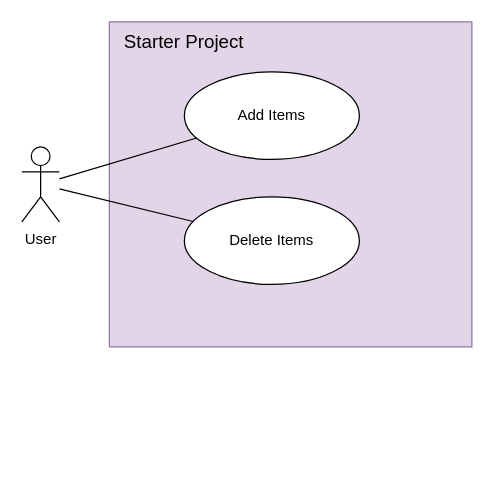
Earlier version of the draw.io diagram page "Use-Cases" (3 of 4) of docs/.assets/diagramme.drawio (WISS-GB/M450-Starterprojekt). Source tidied: cells renumbered, new cells numbered last; positions are measured from the earlier drawing's top-left corner, leaving out a move shared by most shapes. Both pictures are drawn from the tidied source at 125%, with x=0, y=0 at pixel (21, 21).
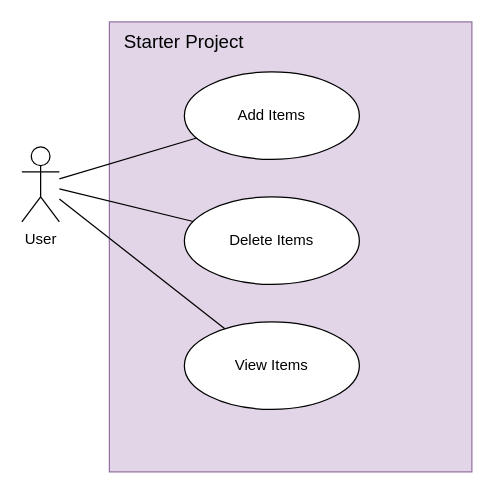
After the change.

The edit, as a diff of the source:
```diff
@@
 <mxGraphModel>
   <root>
     <mxCell id="0" />
     <mxCell id="1" parent="0" />
     <mxCell id="2" value="Starter Project" style="rounded=0;whiteSpace=wrap;html=1;fillColor=#e1d5e7;strokeColor=#9673a6;verticalAlign=top;align=left;spacingLeft=10;fontSize=15;" parent="1" vertex="1">
-      <mxGeometry x="70" width="290" height="260" as="geometry" />
+      <mxGeometry x="70" width="290" height="360" as="geometry" />
     </mxCell>
     <mxCell id="3" style="rounded=0;jettySize=auto;html=1;endArrow=none;startFill=0;" parent="1" edge="1" source="5" target="6">
       <mxGeometry relative="1" as="geometry" />
     </mxCell>
     <mxCell id="4" style="rounded=0;jettySize=auto;html=1;endArrow=none;startFill=0;" parent="1" edge="1" source="5" target="7">
       <mxGeometry relative="1" as="geometry" />
     </mxCell>
+    <mxCell id="8" style="rounded=0;jettySize=auto;html=1;endArrow=none;startFill=0;" parent="1" edge="1" source="5" target="9">
+      <mxGeometry relative="1" as="geometry" />
+    </mxCell>
     <mxCell id="5" value="User" style="shape=umlActor;verticalLabelPosition=bottom;verticalAlign=top;html=1;" parent="1" vertex="1">
       <mxGeometry y="100" width="30" height="60" as="geometry" />
     </mxCell>
     <mxCell id="6" value="Add Items" style="ellipse;whiteSpace=wrap;html=1;" parent="1" vertex="1">
       <mxGeometry x="130" y="40" width="140" height="70" as="geometry" />
     </mxCell>
     <mxCell id="7" value="Delete Items" style="ellipse;whiteSpace=wrap;html=1;" parent="1" vertex="1">
       <mxGeometry x="130" y="140" width="140" height="70" as="geometry" />
     </mxCell>
+    <mxCell id="9" value="View Items" style="ellipse;whiteSpace=wrap;html=1;" parent="1" vertex="1">
+      <mxGeometry x="130" y="240" width="140" height="70" as="geometry" />
+    </mxCell>
   </root>
 </mxGraphModel>
```
